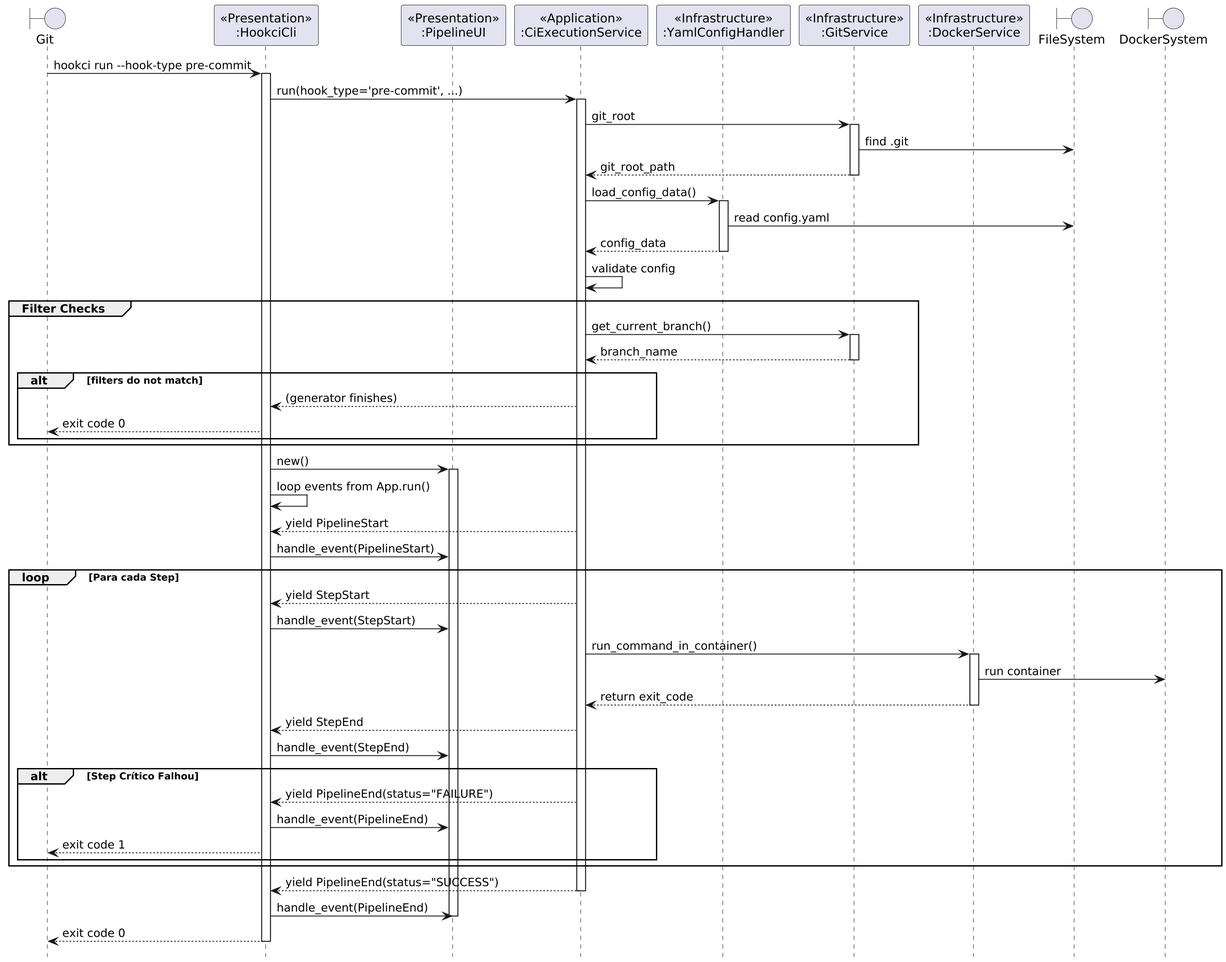
Earlier version of the PlantUML export Artefatos/diagrams/sequence/hook.png (h3nc4/tmp).
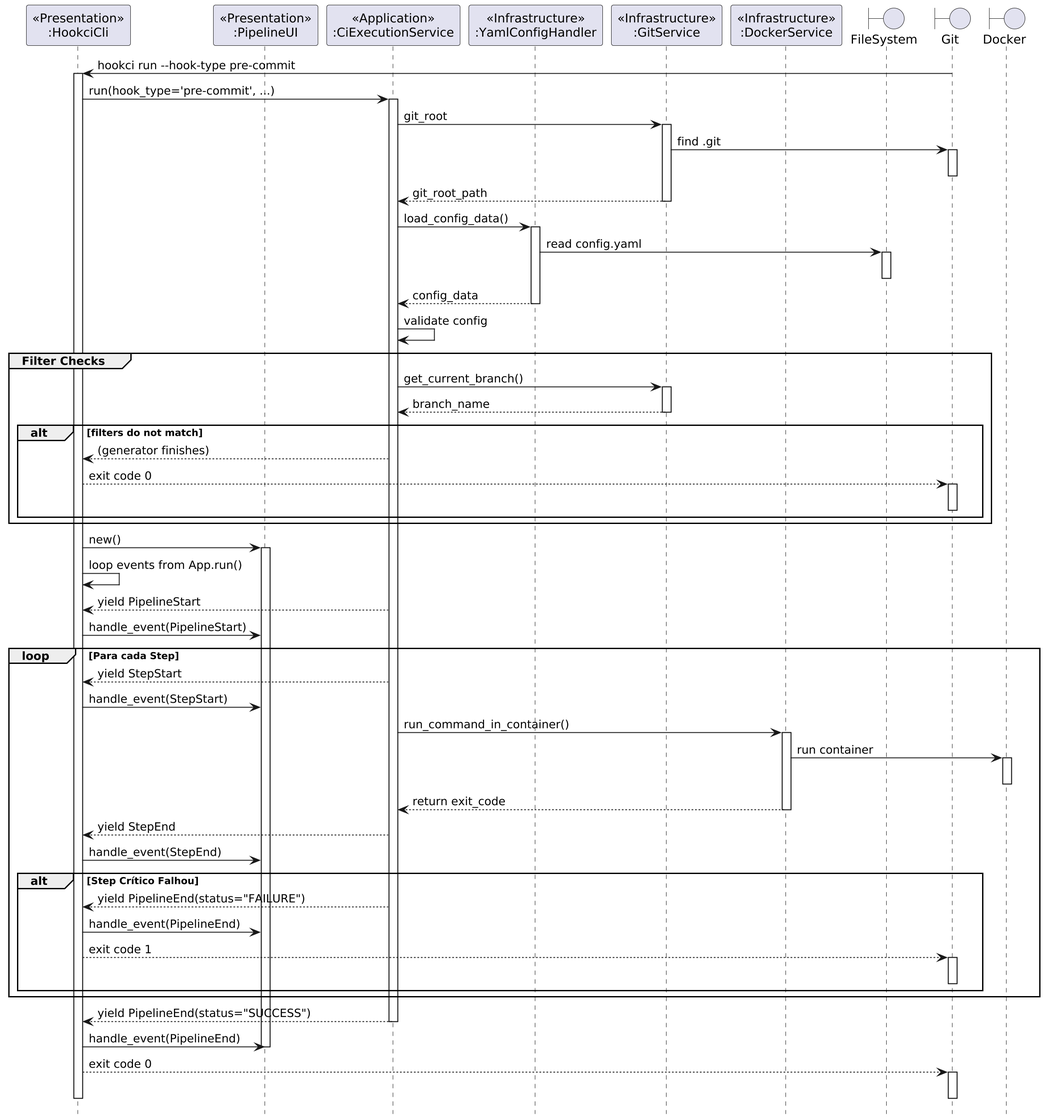
After the commit.

What changed in the source:
```diff
@@ -4,7 +4,7 @@
 hide footbox
 skinparam defaultFontName SansSerif
 
-boundary "Git" as GitSystem
+boundary "Git" as Git
 participant "<<Presentation>>\n:HookciCli" as CLI
 participant "<<Presentation>>\n:PipelineUI" as UI
 participant "<<Application>>\n:CiExecutionService" as App
@@ -12,22 +12,27 @@
 participant "<<Infrastructure>>\n:GitService" as GitSvc
 participant "<<Infrastructure>>\n:DockerService" as DockerSvc
 boundary "FileSystem" as FS
-boundary "DockerSystem" as Docker
+boundary "Git" as Git
+boundary "Docker" as Docker
 
-GitSystem -> CLI : hookci run --hook-type pre-commit
+Git -> CLI : hookci run --hook-type pre-commit
 activate CLI
 CLI -> App : run(hook_type='pre-commit', ...)
 activate App
 
 App -> GitSvc : git_root
 activate GitSvc
-GitSvc -> FS : find .git
+GitSvc -> Git : find .git
+activate Git
+deactivate Git
 GitSvc --> App : git_root_path
 deactivate GitSvc
 
 App -> CfgHandler : load_config_data()
 activate CfgHandler
 CfgHandler -> FS : read config.yaml
+activate FS
+deactivate FS
 CfgHandler --> App : config_data
 deactivate CfgHandler
 App -> App : validate config
@@ -39,7 +44,9 @@
     deactivate GitSvc
     alt filters do not match
         App --> CLI : (generator finishes)
-        CLI --> GitSystem : exit code 0
+        CLI --> Git : exit code 0
+        activate Git
+        deactivate Git
     end
 end
 
@@ -56,6 +63,8 @@
     App -> DockerSvc : run_command_in_container()
     activate DockerSvc
     DockerSvc -> Docker : run container
+    activate Docker
+    deactivate Docker
     DockerSvc --> App : return exit_code
     deactivate DockerSvc
     App --> CLI : yield StepEnd
@@ -64,7 +73,9 @@
     alt Step Crítico Falhou
         App --> CLI : yield PipelineEnd(status="FAILURE")
         CLI -> UI : handle_event(PipelineEnd)
-        CLI --> GitSystem : exit code 1
+        CLI --> Git : exit code 1
+        activate Git
+        deactivate Git
     end
 end
 
@@ -72,7 +83,9 @@
 deactivate App
 CLI -> UI : handle_event(PipelineEnd)
 deactivate UI
-CLI --> GitSystem : exit code 0
+CLI --> Git : exit code 0
+activate Git
+deactivate Git
 deactivate CLI
 
 @enduml
```
